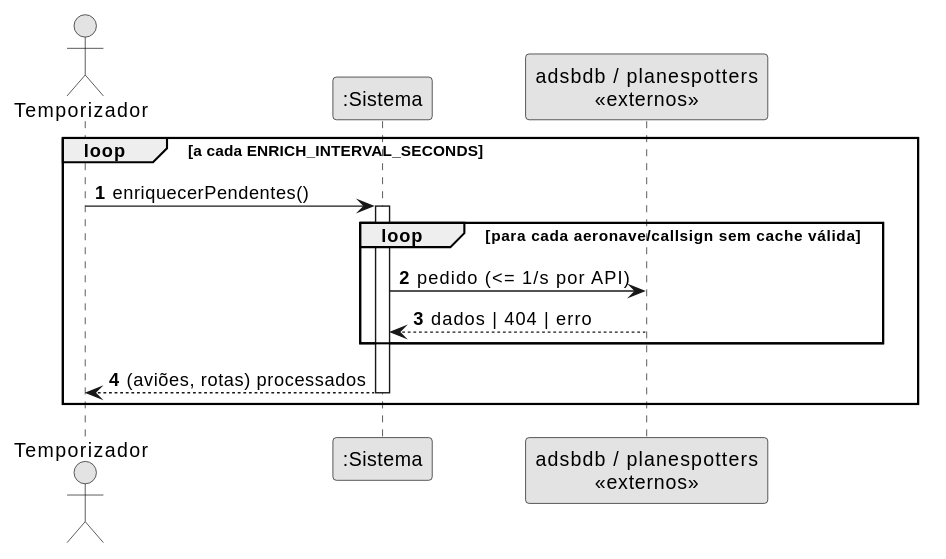
This is docs/system-documentation/use-cases/US05/svg/ssd_us05.svg from miguelsiilva1/SkyTracer, a PlantUML export, as it was before one commit.
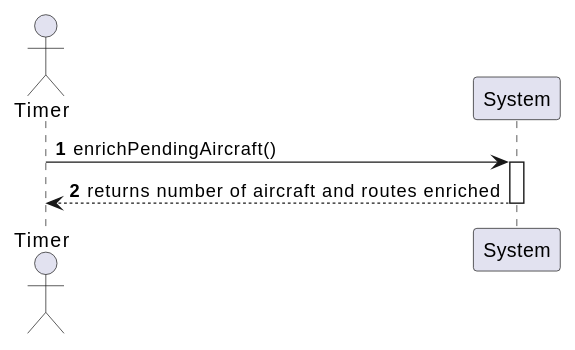
The same file after the commit.

What changed in the source:
```diff
@@ -1,18 +1,10 @@
 @startuml
 autonumber
-skinparam monochrome true
-actor "Temporizador" as T
-participant ":Sistema" as S
-participant "adsbdb / planespotters\n<<externos>>" as E
+actor "Timer" as A
+participant "System" as S
 
-loop a cada ENRICH_INTERVAL_SECONDS
-  T -> S : enriquecerPendentes()
-  activate S
-  loop para cada aeronave/callsign sem cache válida
-    S -> E : pedido (<= 1/s por API)
-    E --> S : dados | 404 | erro
-  end
-  S --> T : (aviões, rotas) processados
-  deactivate S
-end
+A -> S : enrichPendingAircraft()
+activate S
+S --> A : returns number of aircraft and routes enriched
+deactivate S
 @enduml
```
